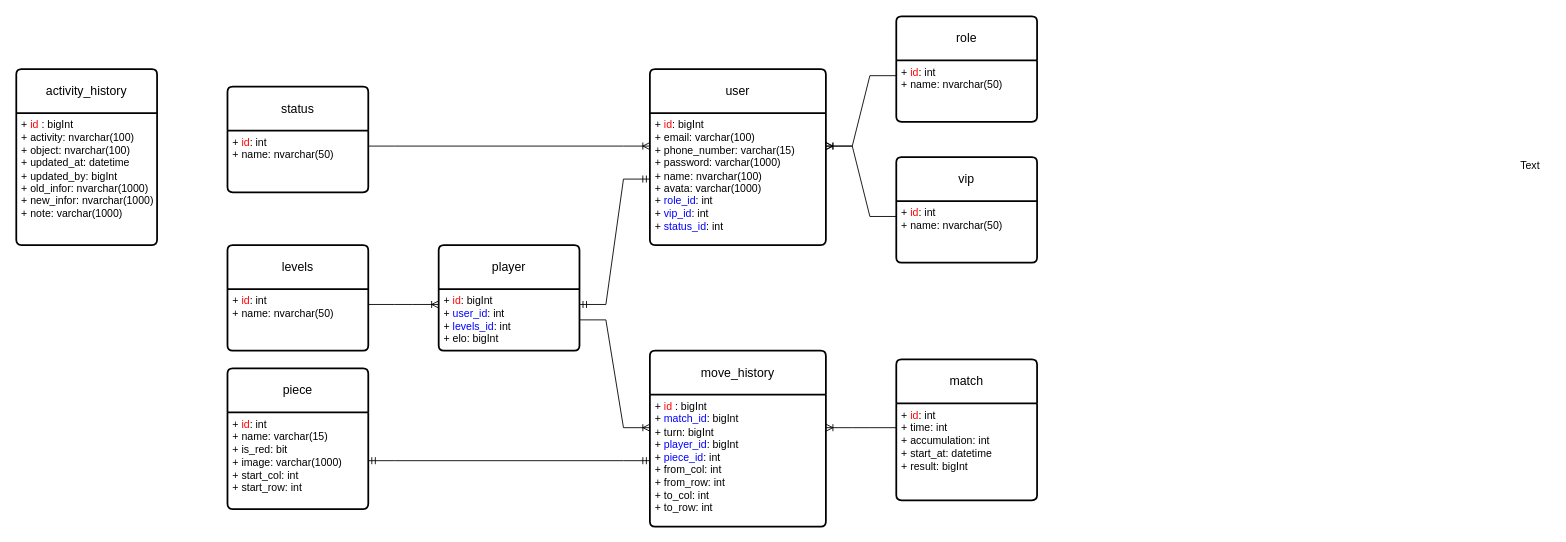
vansi1804/ChineseChess keeps this draw.io diagram as diagram/Untitled Diagram.drawio. Above is the earlier version. Source tidied: cells renumbered, new cells numbered last; positions are measured from the earlier drawing's top-left corner, leaving out a move shared by most shapes. Both pictures are drawn from the tidied source at 88%, with x=0, y=0 at pixel (16, 16).
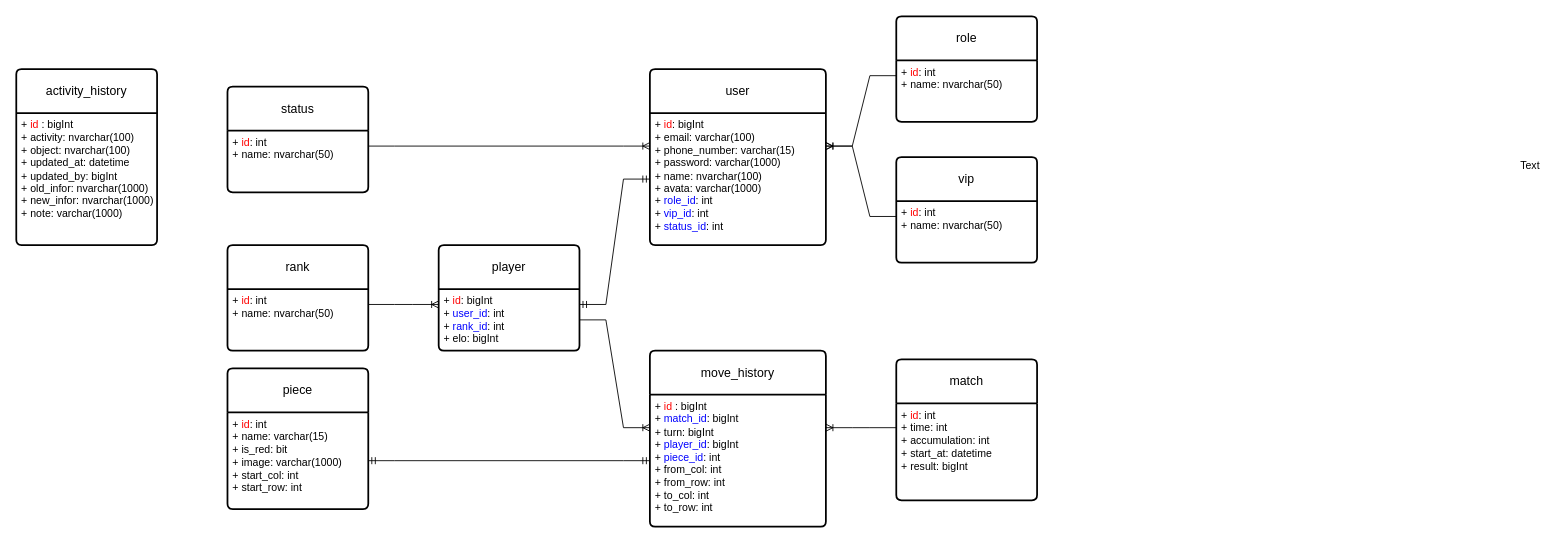
The same page after the edit.

The change refers to these unchanged cells:
```xml
<mxCell id="4" value="player" style="swimlane;horizontal=1;startSize=50;rounded=1;fontSize=14;fontStyle=0;strokeWidth=2;shadow=0;dashed=0;align=center;arcSize=4;whiteSpace=wrap;html=1;" parent="1" vertex="1">
  <mxGeometry x="480" y="260" width="160" height="120" as="geometry" />
</mxCell>
```

Diff of the diagram source:
```diff
@@
-    <mxCell id="5" value="+ &lt;font color=&quot;#ff0000&quot;&gt;id&lt;/font&gt;: bigInt&amp;nbsp; &amp;nbsp; &amp;nbsp; &amp;nbsp; &amp;nbsp; &amp;nbsp; &amp;nbsp; &amp;nbsp; &amp;nbsp; &amp;nbsp; &amp;nbsp;&amp;nbsp;&lt;br style=&quot;border-color: var(--border-color);&quot;&gt;+ &lt;font color=&quot;#0000ff&quot;&gt;user_id&lt;/font&gt;: int&amp;nbsp;&lt;br style=&quot;border-color: var(--border-color);&quot;&gt;+&amp;nbsp;&lt;font style=&quot;border-color: var(--border-color);&quot; color=&quot;#0000ff&quot;&gt;levels_id&lt;/font&gt;: int&amp;nbsp; &amp;nbsp;&lt;br&gt;+ elo: bigInt&amp;nbsp; &amp;nbsp; &amp;nbsp; &amp;nbsp; &amp;nbsp; &amp;nbsp; &amp;nbsp; &amp;nbsp;&amp;nbsp;" style="align=left;strokeColor=none;fillColor=none;spacingLeft=4;fontSize=12;verticalAlign=top;html=1;" parent="4" vertex="1">
+    <mxCell id="5" value="+ &lt;font color=&quot;#ff0000&quot;&gt;id&lt;/font&gt;: bigInt&amp;nbsp; &amp;nbsp; &amp;nbsp; &amp;nbsp; &amp;nbsp; &amp;nbsp; &amp;nbsp; &amp;nbsp; &amp;nbsp; &amp;nbsp; &amp;nbsp;&amp;nbsp;&lt;br style=&quot;border-color: var(--border-color);&quot;&gt;+ &lt;font color=&quot;#0000ff&quot;&gt;user_id&lt;/font&gt;: int&amp;nbsp;&lt;br style=&quot;border-color: var(--border-color);&quot;&gt;+&amp;nbsp;&lt;font style=&quot;border-color: var(--border-color);&quot; color=&quot;#0000ff&quot;&gt;rank_id&lt;/font&gt;: int&amp;nbsp; &amp;nbsp;&lt;br&gt;+ elo: bigInt&amp;nbsp; &amp;nbsp; &amp;nbsp; &amp;nbsp; &amp;nbsp; &amp;nbsp; &amp;nbsp; &amp;nbsp;&amp;nbsp;" style="align=left;strokeColor=none;fillColor=none;spacingLeft=4;fontSize=12;verticalAlign=top;html=1;" parent="4" vertex="1">
       <mxGeometry y="50" width="160" height="70" as="geometry" />
     </mxCell>
-    <mxCell id="6" value="levels" style="swimlane;horizontal=1;startSize=50;rounded=1;fontSize=14;fontStyle=0;strokeWidth=2;shadow=0;dashed=0;align=center;arcSize=4;whiteSpace=wrap;html=1;" parent="1" vertex="1">
+    <mxCell id="6" value="rank" style="swimlane;horizontal=1;startSize=50;rounded=1;fontSize=14;fontStyle=0;strokeWidth=2;shadow=0;dashed=0;align=center;arcSize=4;whiteSpace=wrap;html=1;" parent="1" vertex="1">
       <mxGeometry x="240" y="260" width="160" height="120" as="geometry" />
     </mxCell>
```
